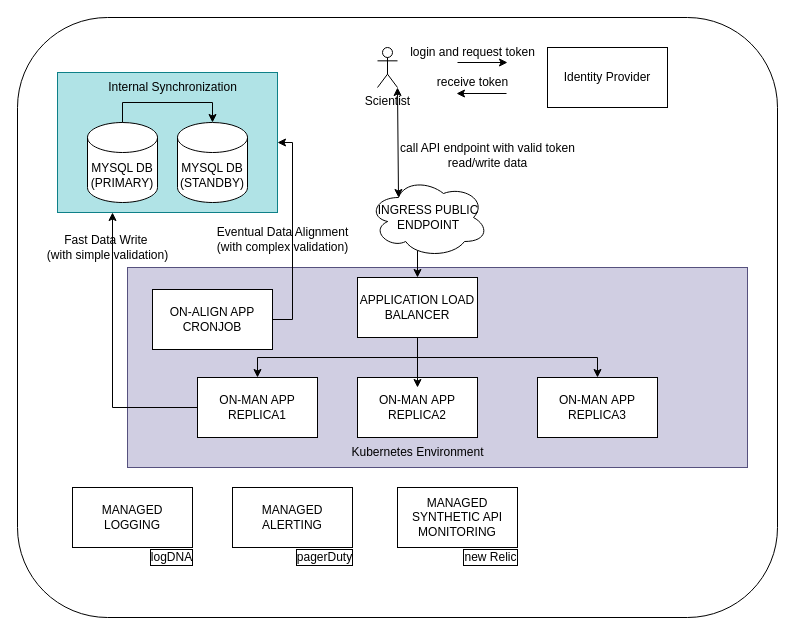
Earlier version of the draw.io diagram ontology-manager.drawio (desourav/on-man). Source tidied: cells renumbered, new cells numbered last; positions are measured from the earlier drawing's top-left corner, leaving out a move shared by most shapes. Both pictures are drawn from the tidied source at 100%, with x=0, y=0 at pixel (17, 17).
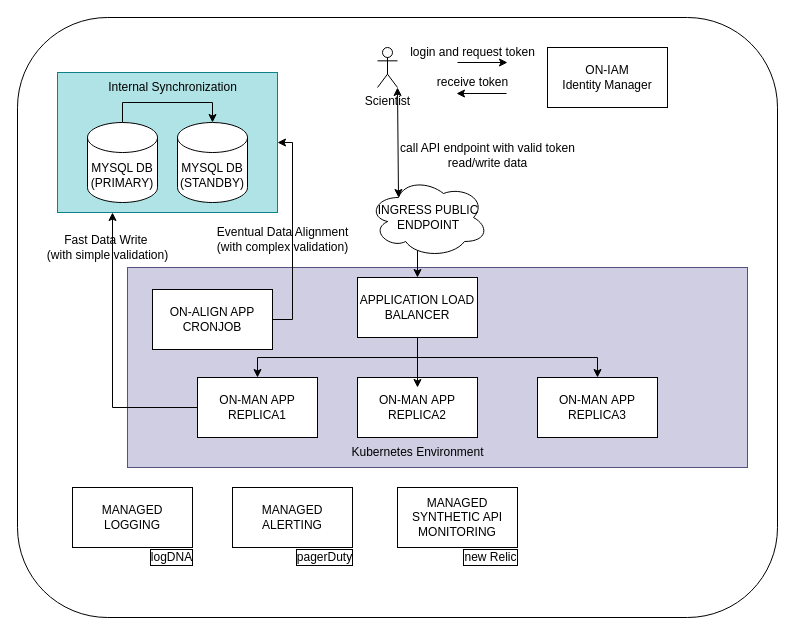
After the change.

Commit message (it also covers changes not shown here):
feat: task 2 detail diagrams

The change refers to these unchanged cells:
```xml
<mxCell id="2" style="group;" parent="1" vertex="1">
  <mxGeometry width="760" height="600" as="geometry" />
</mxCell>
```

Diff of the diagram source:
```diff
@@
-    <mxCell id="19" value="Identity Provider" style="rounded=0;whiteSpace=wrap;html=1;" parent="2" vertex="1">
+    <mxCell id="19" value="ON-IAM&lt;div&gt;Identity Manager&lt;/div&gt;" style="rounded=0;whiteSpace=wrap;html=1;" parent="2" vertex="1">
       <mxGeometry x="530" y="30" width="120" height="60" as="geometry" />
     </mxCell>
```
